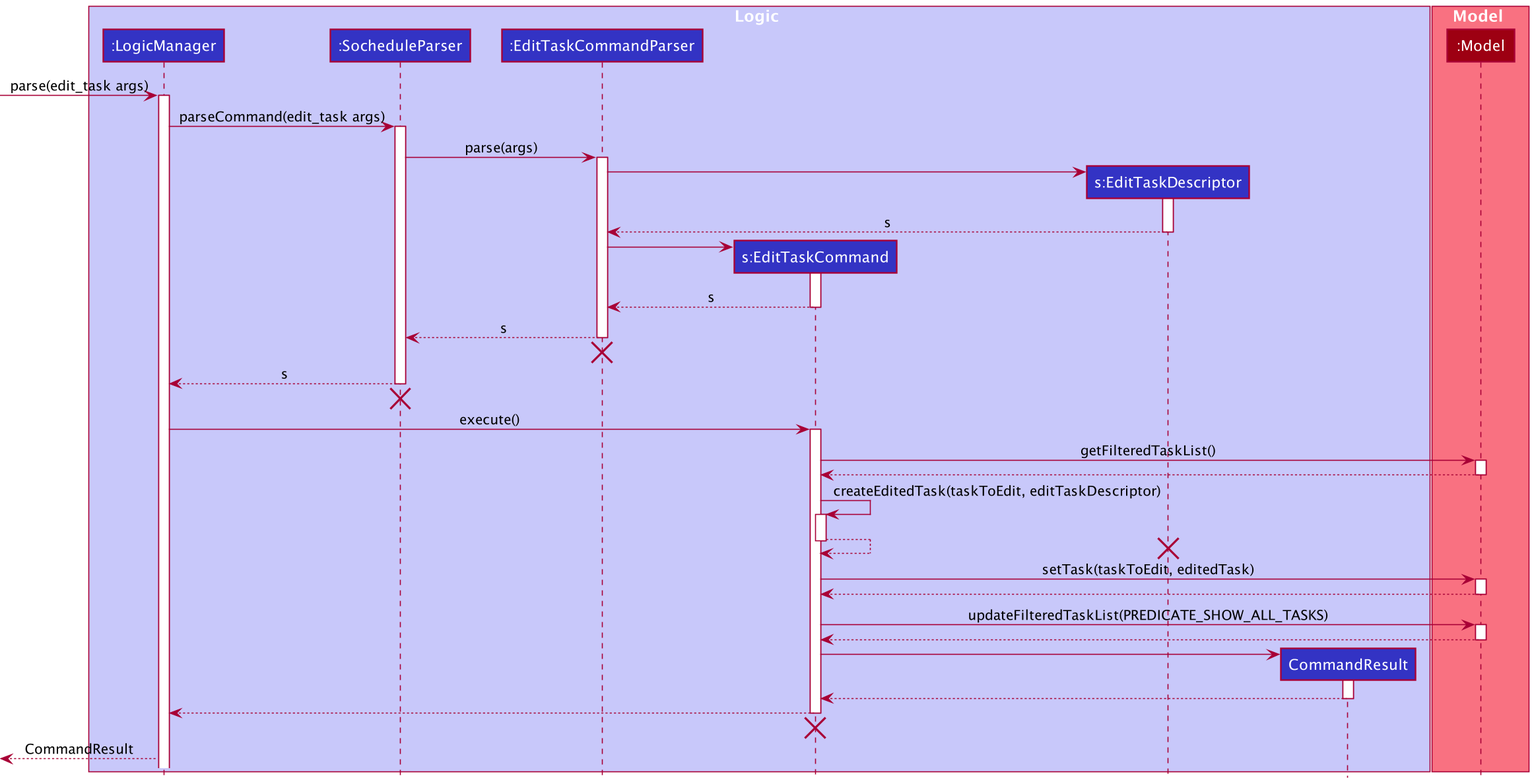
Above: docs/images/EditTaskCommandSequenceDiagram.png in nus-cs2103-AY2021S2/tp (PlantUML), before the change.
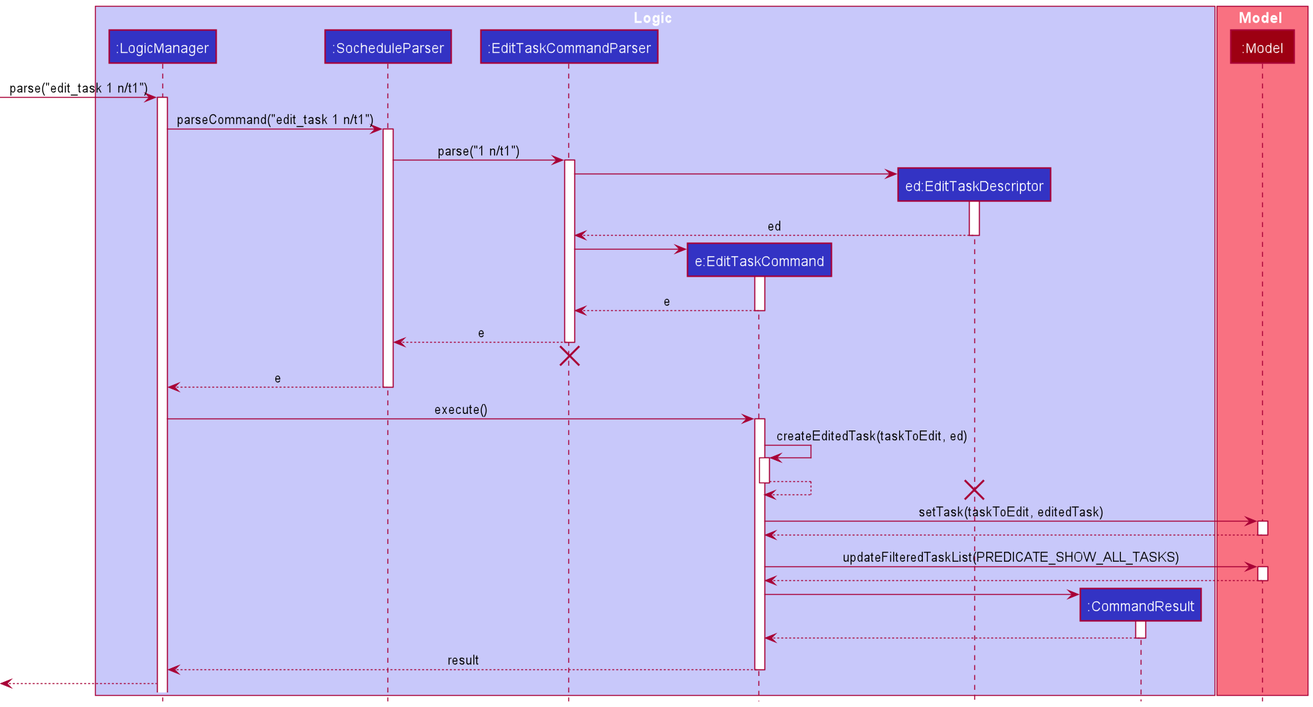
After the commit.

Commit message:
Update UML for edit_task

The edit, as a diff of the source:
```diff
@@ -5,55 +5,48 @@
 participant ":LogicManager" as LogicManager LOGIC_COLOR
 participant ":SocheduleParser" as SocheduleParser LOGIC_COLOR
 participant ":EditTaskCommandParser" as EditTaskCommandParser LOGIC_COLOR
-participant "s:EditTaskCommand" as EditTaskCommand LOGIC_COLOR
-participant "s:EditTaskDescriptor" as EditTaskDescriptor LOGIC_COLOR
-participant "CommandResult" as CommandResult LOGIC_COLOR
+participant "e:EditTaskCommand" as EditTaskCommand LOGIC_COLOR
+participant "ed:EditTaskDescriptor" as EditTaskDescriptor LOGIC_COLOR
+participant ":CommandResult" as CommandResult LOGIC_COLOR
 end box
 
 box Model MODEL_COLOR_T1
 participant ":Model" as Model MODEL_COLOR
 end box
 
-[-> LogicManager : parse(edit_task args)
+[-> LogicManager : parse("edit_task 1 n/t1")
 activate LogicManager
 
-LogicManager -> SocheduleParser : parseCommand(edit_task args)
+LogicManager -> SocheduleParser : parseCommand("edit_task 1 n/t1")
 activate SocheduleParser
 
-SocheduleParser -> EditTaskCommandParser: parse(args)
+SocheduleParser -> EditTaskCommandParser: parse("1 n/t1")
 activate EditTaskCommandParser
 
 create EditTaskDescriptor
 EditTaskCommandParser -> EditTaskDescriptor
 activate EditTaskDescriptor
-EditTaskCommandParser <--EditTaskDescriptor : s
+EditTaskCommandParser <--EditTaskDescriptor : ed
 deactivate EditTaskDescriptor
 
 create EditTaskCommand
 EditTaskCommandParser -> EditTaskCommand
 activate EditTaskCommand
-EditTaskCommandParser <--EditTaskCommand : s
+EditTaskCommandParser <--EditTaskCommand : e
 deactivate EditTaskCommand
 
-SocheduleParser <--EditTaskCommandParser : s
+SocheduleParser <--EditTaskCommandParser : e
 deactivate EditTaskCommandParser
 EditTaskCommandParser -[hidden]->[
 destroy EditTaskCommandParser
 
-LogicManager <-- SocheduleParser : s
+LogicManager <-- SocheduleParser : e
 deactivate SocheduleParser
-SocheduleParser -[hidden]->[
-destroy SocheduleParser
 
 LogicManager -> EditTaskCommand : execute()
 activate EditTaskCommand
 
-EditTaskCommand -> Model : getFilteredTaskList()
-activate Model
-EditTaskCommand <-- Model
-deactivate Model
-
-EditTaskCommand -> EditTaskCommand : createEditedTask(taskToEdit, editTaskDescriptor)
+EditTaskCommand -> EditTaskCommand : createEditedTask(taskToEdit, ed)
 activate EditTaskCommand
 EditTaskCommand <-- EditTaskCommand
 deactivate EditTaskCommand
@@ -75,10 +68,8 @@
 EditTaskCommand <-- CommandResult
 deactivate CommandResult
 
-LogicManager <-- EditTaskCommand
+LogicManager <-- EditTaskCommand : result
 deactivate EditTaskCommand
-EditTaskCommand -[hidden]->[
-destroy EditTaskCommand
 
-[<-- LogicManager : CommandResult
+[<-- LogicManager :
 @enduml
```
